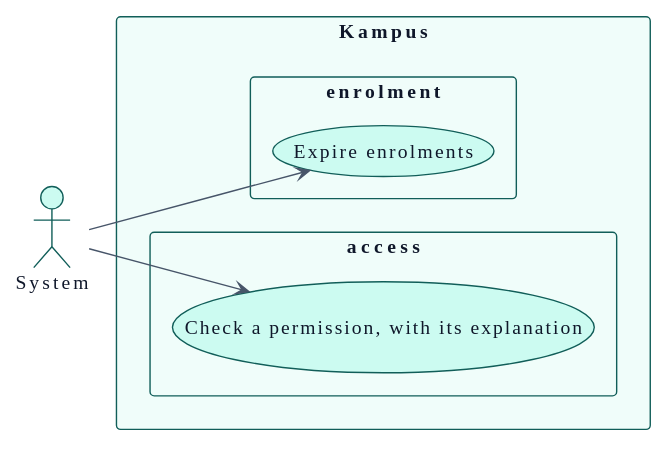
The PlantUML diagram docs/01-requirements/use-cases-system.svg in didactika/kampus, before a commit.
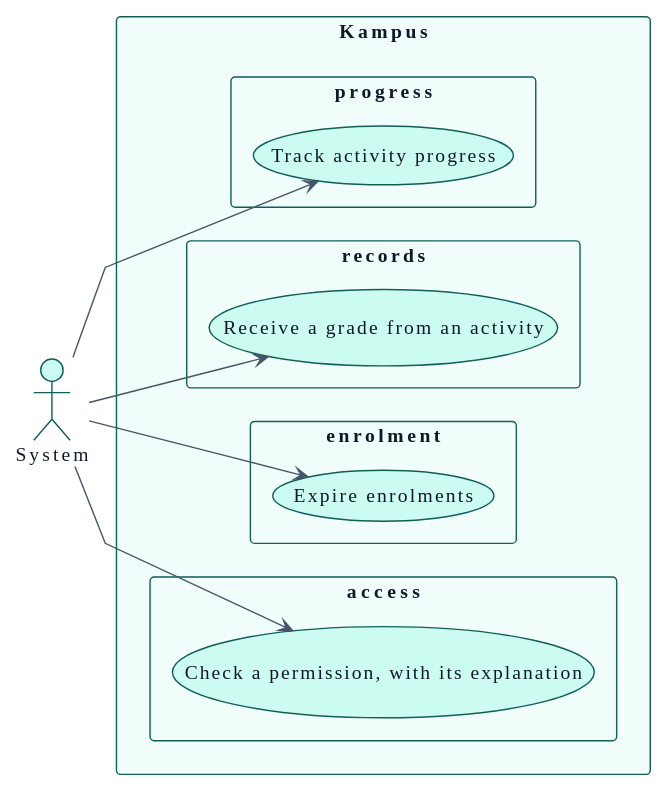
After the commit.

Diff of the diagram source:
```diff
@@ -115,8 +115,16 @@
   package "enrolment" {
     usecase "Expire enrolments" as UC_expireEnrolments
   }
+  package "records" {
+    usecase "Receive a grade from an activity" as UC_receiveGrade
+  }
+  package "progress" {
+    usecase "Track activity progress" as UC_trackActivityProgress
+  }
 }
 
 A_System --> UC_checkPermission
 A_System --> UC_expireEnrolments
+A_System --> UC_receiveGrade
+A_System --> UC_trackActivityProgress
 @enduml
```
